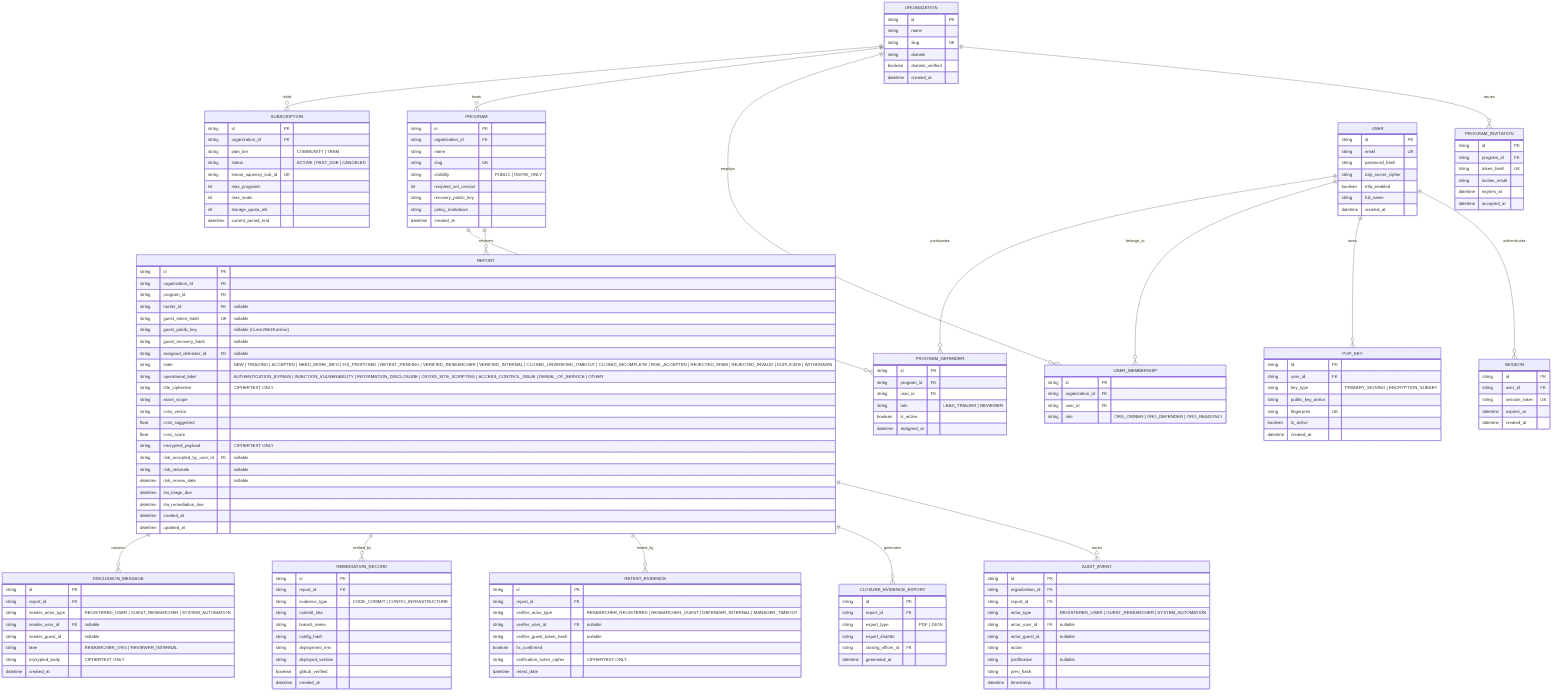
This is requirements/diagrams/fig4_6_erd.png from Taha-Asad/BugBountyTracker, a Mermaid export, as it was before one commit. Its source is kept beside it as requirements/diagrams/fig4_6_erd.mmd.
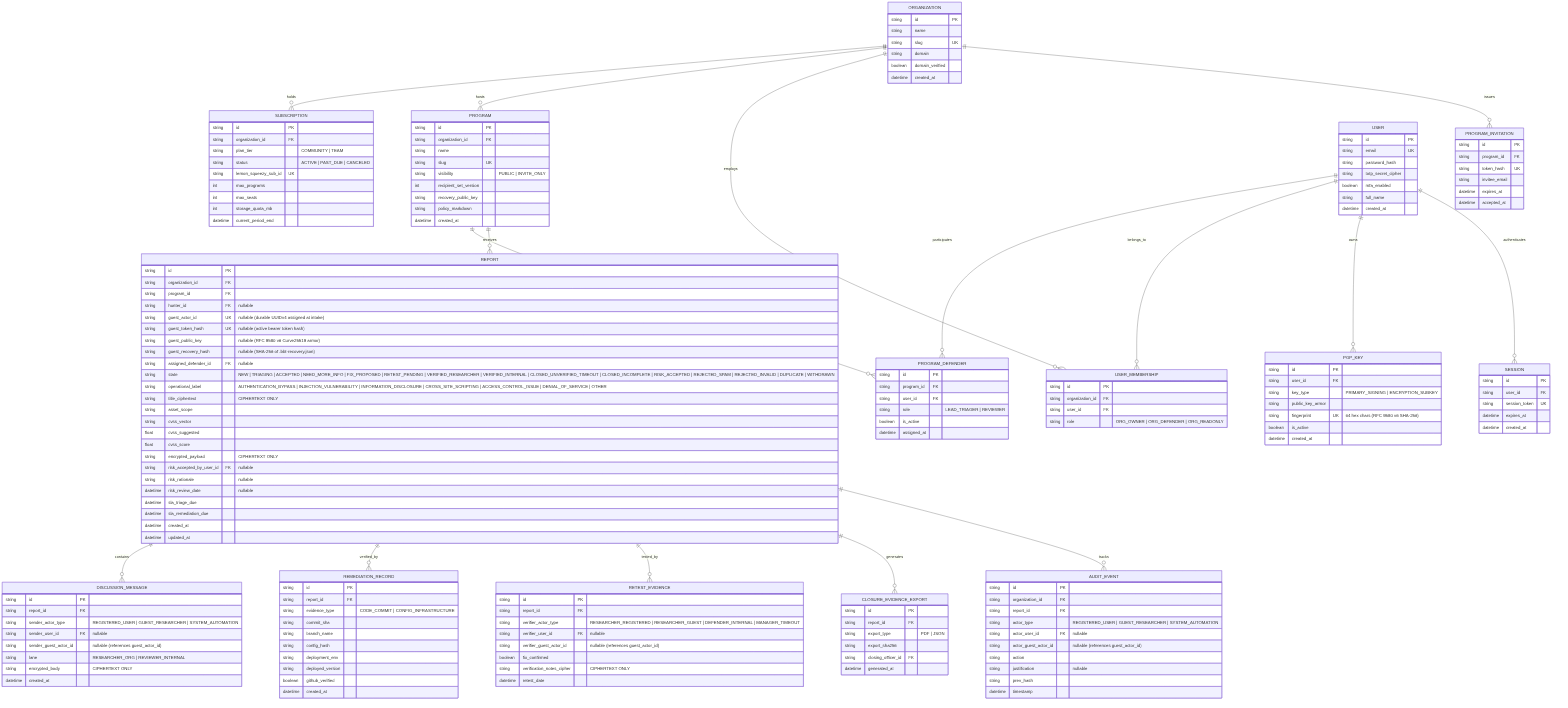
Later version of the same file.

What changed in the source:
```diff
@@ -96,7 +96,7 @@
         string user_id FK
         string key_type "PRIMARY_SIGNING | ENCRYPTION_SUBKEY"
         string public_key_armor
-        string fingerprint UK
+        string fingerprint UK "64 hex chars (RFC 9580 v6 SHA-256)"
         boolean is_active
         datetime created_at
     }
@@ -106,9 +106,10 @@
         string organization_id FK
         string program_id FK
         string hunter_id FK "nullable"
-        string guest_token_hash UK "nullable"
-        string guest_public_key "nullable (Curve25519 armor)"
-        string guest_recovery_hash "nullable"
+        string guest_actor_id UK "nullable (durable UUIDv4 assigned at intake)"
+        string guest_token_hash UK "nullable (active bearer token hash)"
+        string guest_public_key "nullable (RFC 9580 v6 Curve25519 armor)"
+        string guest_recovery_hash "nullable (SHA-256 of .bbt-recovery.json)"
         string assigned_defender_id FK "nullable"
         string state "NEW | TRIAGING | ACCEPTED | NEED_MORE_INFO | FIX_PROPOSED | RETEST_PENDING | VERIFIED_RESEARCHER | VERIFIED_INTERNAL | CLOSED_UNVERIFIED_TIMEOUT | CLOSED_INCOMPLETE | RISK_ACCEPTED | REJECTED_SPAM | REJECTED_INVALID | DUPLICATE | WITHDRAWN"
         string operational_label "AUTHENTICATION_BYPASS | INJECTION_VULNERABILITY | INFORMATION_DISCLOSURE | CROSS_SITE_SCRIPTING | ACCESS_CONTROL_ISSUE | DENIAL_OF_SERVICE | OTHER"
@@ -132,7 +133,7 @@
         string report_id FK
         string sender_actor_type "REGISTERED_USER | GUEST_RESEARCHER | SYSTEM_AUTOMATION"
         string sender_user_id FK "nullable"
-        string sender_guest_id "nullable"
+        string sender_guest_actor_id "nullable (references guest_actor_id)"
         string lane "RESEARCHER_ORG | REVIEWER_INTERNAL"
         string encrypted_body "CIPHERTEXT ONLY"
         datetime created_at
@@ -156,7 +157,7 @@
         string report_id FK
         string verifier_actor_type "RESEARCHER_REGISTERED | RESEARCHER_GUEST | DEFENDER_INTERNAL | MANAGER_TIMEOUT"
         string verifier_user_id FK "nullable"
-        string verifier_guest_token_hash "nullable"
+        string verifier_guest_actor_id "nullable (references guest_actor_id)"
         boolean fix_confirmed
         string verification_notes_cipher "CIPHERTEXT ONLY"
         datetime retest_date
@@ -177,7 +178,7 @@
         string report_id FK
         string actor_type "REGISTERED_USER | GUEST_RESEARCHER | SYSTEM_AUTOMATION"
         string actor_user_id FK "nullable"
-        string actor_guest_id "nullable"
+        string actor_guest_actor_id "nullable (references guest_actor_id)"
         string action
         string justification "nullable"
         string prev_hash
```
